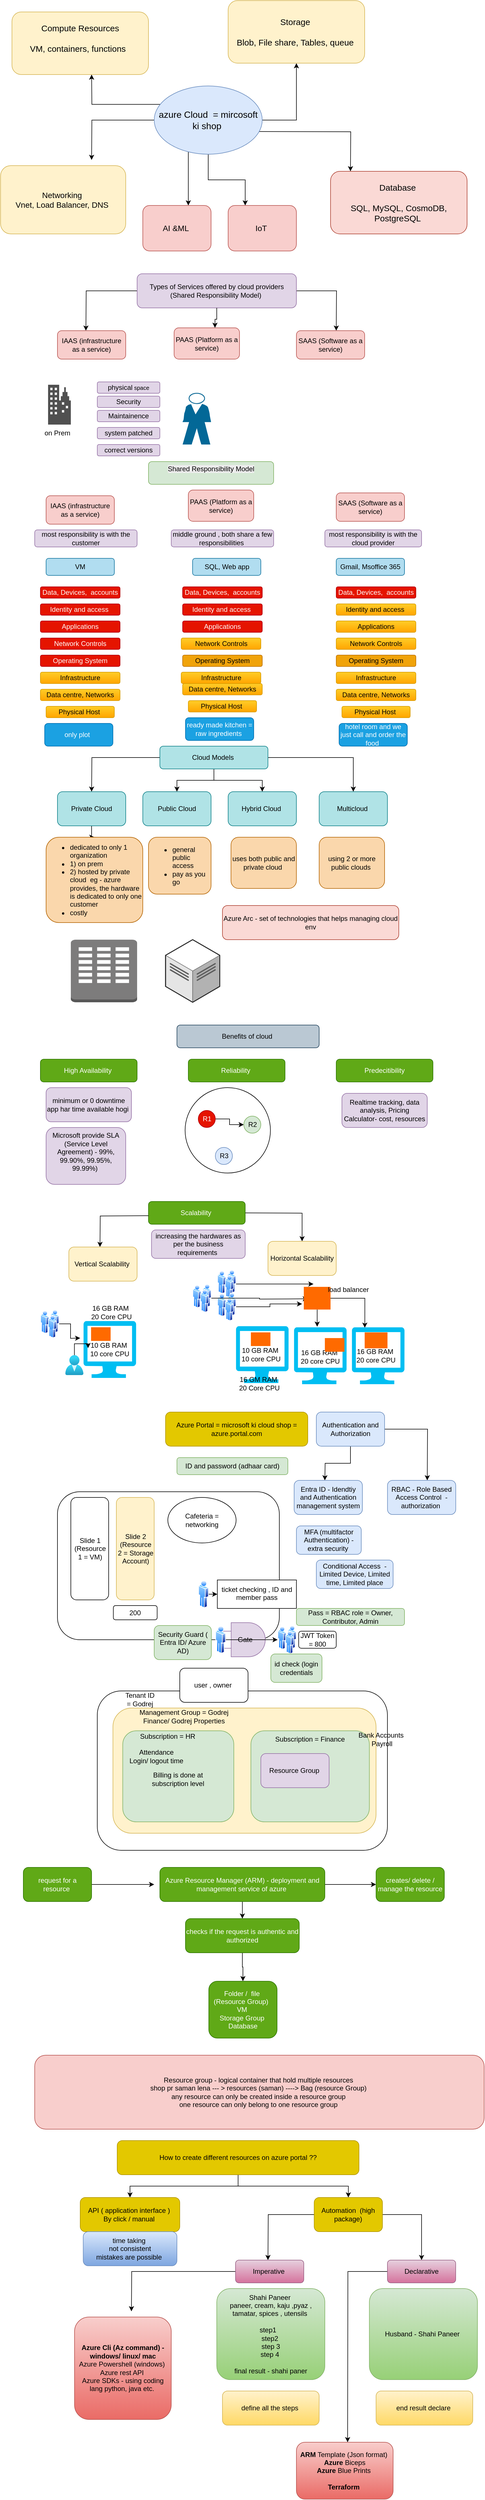
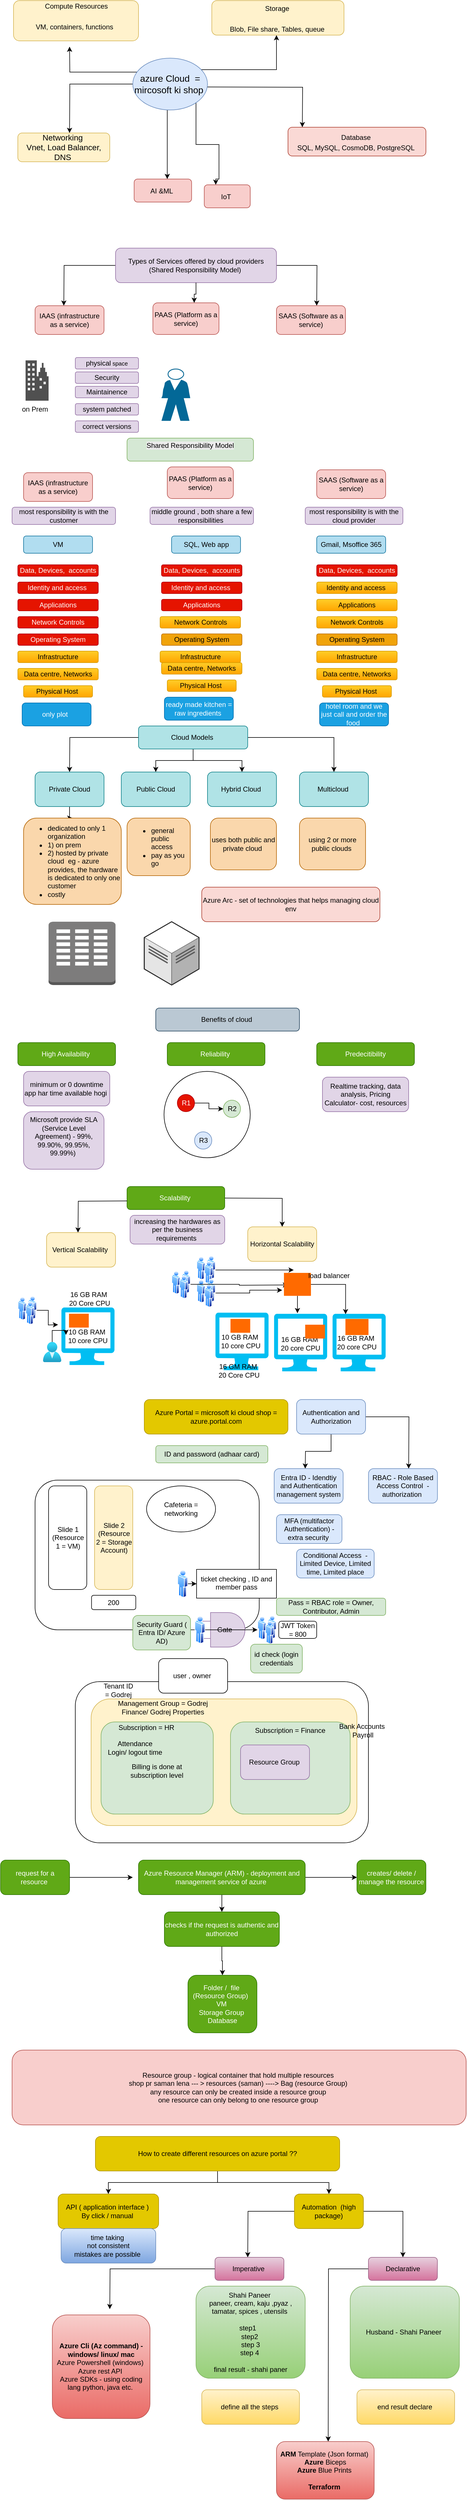
<mxfile host="app.diagrams.net">
  <diagram name="Page-1" id="3FCAWgGivvUF1Nj-s7xG">
    <mxGraphModel dx="824" dy="422" grid="1" gridSize="10" guides="1" tooltips="1" connect="1" arrows="1" fold="1" page="1" pageScale="1" pageWidth="9000000" pageHeight="9011690" math="0" shadow="0">
      <root>
        <mxCell id="0" />
        <mxCell id="1" parent="0" />
        <mxCell id="ik6IsKgd0wWjUEhBft66-3" edge="1" parent="1" source="ik6IsKgd0wWjUEhBft66-2" style="edgeStyle=orthogonalEdgeStyle;rounded=0;orthogonalLoop=1;jettySize=auto;html=1;exitX=0.073;exitY=0.27;exitDx=0;exitDy=0;exitPerimeter=0;">
          <mxGeometry relative="1" as="geometry">
            <mxPoint x="440" y="250" as="sourcePoint" />
            <mxPoint x="290" y="170" as="targetPoint" />
          </mxGeometry>
        </mxCell>
        <mxCell id="ik6IsKgd0wWjUEhBft66-5" edge="1" parent="1" source="ik6IsKgd0wWjUEhBft66-2" style="edgeStyle=orthogonalEdgeStyle;rounded=0;orthogonalLoop=1;jettySize=auto;html=1;">
          <mxGeometry relative="1" as="geometry">
            <mxPoint x="290" y="320" as="targetPoint" />
          </mxGeometry>
        </mxCell>
        <mxCell id="ik6IsKgd0wWjUEhBft66-8" edge="1" parent="1" source="ik6IsKgd0wWjUEhBft66-2" style="edgeStyle=orthogonalEdgeStyle;rounded=0;orthogonalLoop=1;jettySize=auto;html=1;">
          <mxGeometry relative="1" as="geometry">
            <Array as="points">
-               <mxPoint x="650" y="250" />
+               <mxPoint x="650" y="210" />
            </Array>
            <mxPoint x="650" y="150" as="targetPoint" />
          </mxGeometry>
        </mxCell>
        <mxCell id="ik6IsKgd0wWjUEhBft66-12" edge="1" parent="1" style="edgeStyle=orthogonalEdgeStyle;rounded=0;orthogonalLoop=1;jettySize=auto;html=1;">
          <mxGeometry relative="1" as="geometry">
-             <mxPoint x="555" y="270" as="sourcePoint" />
-             <mxPoint x="745" y="340" as="targetPoint" />
+             <mxPoint x="505" y="240" as="sourcePoint" />
+             <mxPoint x="695" y="310" as="targetPoint" />
          </mxGeometry>
        </mxCell>
        <mxCell id="ik6IsKgd0wWjUEhBft66-14" edge="1" parent="1" source="ik6IsKgd0wWjUEhBft66-2" style="edgeStyle=orthogonalEdgeStyle;rounded=0;orthogonalLoop=1;jettySize=auto;html=1;">
          <mxGeometry relative="1" as="geometry">
            <Array as="points">
              <mxPoint x="460" y="400" />
            </Array>
            <mxPoint x="460" y="400" as="targetPoint" />
          </mxGeometry>
        </mxCell>
        <mxCell id="ik6IsKgd0wWjUEhBft66-16" edge="1" parent="1" source="ik6IsKgd0wWjUEhBft66-2" style="edgeStyle=orthogonalEdgeStyle;rounded=0;orthogonalLoop=1;jettySize=auto;html=1;entryX=0.25;entryY=0;entryDx=0;entryDy=0;" target="ik6IsKgd0wWjUEhBft66-17">
          <mxGeometry relative="1" as="geometry">
-             <Array as="points" />
+             <Array as="points">
+               <mxPoint x="510" y="340" />
+               <mxPoint x="550" y="340" />
+               <mxPoint x="550" y="400" />
+               <mxPoint x="544" y="400" />
+             </Array>
            <mxPoint x="560" y="380" as="targetPoint" />
          </mxGeometry>
        </mxCell>
        <mxCell id="ik6IsKgd0wWjUEhBft66-2" parent="1" style="ellipse;whiteSpace=wrap;html=1;fillColor=#dae8fc;strokeColor=#6c8ebf;" value="&lt;font style=&quot;font-size: 16px;&quot;&gt;azure Cloud&amp;nbsp; = mircosoft ki shop&amp;nbsp;&lt;/font&gt;" vertex="1">
-           <mxGeometry height="120" width="190" x="400" y="190" as="geometry" />
-         </mxCell>
-         <mxCell id="ik6IsKgd0wWjUEhBft66-4" parent="1" style="rounded=1;whiteSpace=wrap;html=1;fontSize=15;fillColor=#fff2cc;strokeColor=#d6b656;" value="Compute Resources&lt;div&gt;&lt;br&gt;&lt;/div&gt;&lt;div&gt;VM, containers, functions&amp;nbsp;&amp;nbsp;&lt;div&gt;&lt;br&gt;&lt;/div&gt;&lt;/div&gt;" vertex="1">
-           <mxGeometry height="110" width="240" x="150" y="60" as="geometry" />
+           <mxGeometry height="90" width="130" x="400" y="190" as="geometry" />
+         </mxCell>
+         <mxCell id="ik6IsKgd0wWjUEhBft66-4" parent="1" style="rounded=1;whiteSpace=wrap;html=1;fontSize=15;fillColor=#fff2cc;strokeColor=#d6b656;" value="&lt;font style=&quot;font-size: 12px;&quot;&gt;Compute Resources&lt;/font&gt;&lt;div&gt;&lt;font style=&quot;font-size: 12px;&quot;&gt;&lt;br&gt;&lt;/font&gt;&lt;/div&gt;&lt;div&gt;&lt;font style=&quot;font-size: 12px;&quot;&gt;VM, containers, functions&amp;nbsp;&amp;nbsp;&lt;/font&gt;&lt;div&gt;&lt;br&gt;&lt;/div&gt;&lt;/div&gt;" vertex="1">
+           <mxGeometry height="70" width="217.5" x="192.5" y="90" as="geometry" />
        </mxCell>
        <mxCell id="ik6IsKgd0wWjUEhBft66-6" parent="1" style="rounded=1;whiteSpace=wrap;html=1;fontSize=14;fillColor=#fff2cc;strokeColor=#d6b656;" value="Networking&amp;nbsp;&lt;div&gt;Vnet, Load Balancer, DNS&amp;nbsp;&lt;/div&gt;" vertex="1">
-           <mxGeometry height="120" width="220" x="130" y="330" as="geometry" />
-         </mxCell>
-         <mxCell id="ik6IsKgd0wWjUEhBft66-9" parent="1" style="rounded=1;whiteSpace=wrap;html=1;fontSize=15;fillColor=#fff2cc;strokeColor=#d6b656;" value="&lt;div&gt;&lt;div&gt;Storage&amp;nbsp;&lt;/div&gt;&lt;/div&gt;&lt;div&gt;&lt;br&gt;&lt;/div&gt;&lt;div&gt;Blob, File share, Tables, queue&amp;nbsp;&lt;/div&gt;" vertex="1">
-           <mxGeometry height="110" width="240" x="530" y="40" as="geometry" />
-         </mxCell>
-         <mxCell id="ik6IsKgd0wWjUEhBft66-13" parent="1" style="rounded=1;whiteSpace=wrap;html=1;fontSize=15;fillColor=#fad9d5;strokeColor=#ae4132;" value="&lt;div&gt;&lt;div&gt;Database&amp;nbsp;&lt;/div&gt;&lt;/div&gt;&lt;div&gt;&lt;br&gt;&lt;/div&gt;&lt;div&gt;SQL, MySQL, CosmoDB, PostgreSQL&amp;nbsp;&lt;/div&gt;" vertex="1">
-           <mxGeometry height="110" width="240" x="710" y="340" as="geometry" />
-         </mxCell>
-         <mxCell id="ik6IsKgd0wWjUEhBft66-15" parent="1" style="rounded=1;whiteSpace=wrap;html=1;fontSize=14;fillColor=#f8cecc;strokeColor=#b85450;" value="AI &amp;amp;ML&amp;nbsp;" vertex="1">
-           <mxGeometry height="80" width="120" x="380" y="400" as="geometry" />
-         </mxCell>
-         <mxCell id="ik6IsKgd0wWjUEhBft66-17" parent="1" style="rounded=1;whiteSpace=wrap;html=1;fontSize=14;fillColor=#f8cecc;strokeColor=#b85450;" value="IoT&amp;nbsp;" vertex="1">
-           <mxGeometry height="80" width="120" x="530" y="400" as="geometry" />
+           <mxGeometry height="50" width="160" x="200" y="320" as="geometry" />
+         </mxCell>
+         <mxCell id="ik6IsKgd0wWjUEhBft66-9" parent="1" style="rounded=1;whiteSpace=wrap;html=1;fontSize=15;fillColor=#fff2cc;strokeColor=#d6b656;" value="&lt;div&gt;&lt;div&gt;&lt;font style=&quot;font-size: 12px;&quot;&gt;Storage&amp;nbsp;&lt;/font&gt;&lt;/div&gt;&lt;/div&gt;&lt;div&gt;&lt;font style=&quot;font-size: 12px;&quot;&gt;&lt;br&gt;&lt;/font&gt;&lt;/div&gt;&lt;div&gt;&lt;font style=&quot;font-size: 12px;&quot;&gt;Blob, File share, Tables, queue&amp;nbsp;&lt;/font&gt;&lt;/div&gt;" vertex="1">
+           <mxGeometry height="60" width="230" x="537.5" y="90" as="geometry" />
+         </mxCell>
+         <mxCell id="ik6IsKgd0wWjUEhBft66-13" parent="1" style="rounded=1;whiteSpace=wrap;html=1;fontSize=15;fillColor=#fad9d5;strokeColor=#ae4132;" value="&lt;div&gt;&lt;div&gt;&lt;font style=&quot;font-size: 12px;&quot;&gt;Database&amp;nbsp;&lt;/font&gt;&lt;/div&gt;&lt;/div&gt;&lt;div&gt;&lt;font style=&quot;font-size: 12px;&quot;&gt;SQL, MySQL, CosmoDB, PostgreSQL&amp;nbsp;&lt;/font&gt;&lt;/div&gt;" vertex="1">
+           <mxGeometry height="50" width="240" x="670.05" y="310" as="geometry" />
+         </mxCell>
+         <mxCell id="ik6IsKgd0wWjUEhBft66-15" parent="1" style="rounded=1;whiteSpace=wrap;html=1;fontSize=14;fillColor=#f8cecc;strokeColor=#b85450;" value="&lt;font style=&quot;font-size: 12px;&quot;&gt;AI &amp;amp;ML&amp;nbsp;&lt;/font&gt;" vertex="1">
+           <mxGeometry height="40" width="100" x="402.36" y="400" as="geometry" />
+         </mxCell>
+         <mxCell id="ik6IsKgd0wWjUEhBft66-17" parent="1" style="rounded=1;whiteSpace=wrap;html=1;fontSize=14;fillColor=#f8cecc;strokeColor=#b85450;" value="&lt;font style=&quot;font-size: 12px;&quot;&gt;IoT&amp;nbsp;&lt;/font&gt;" vertex="1">
+           <mxGeometry height="40" width="80" x="524.36" y="410" as="geometry" />
        </mxCell>
        <mxCell id="ik6IsKgd0wWjUEhBft66-19" edge="1" parent="1" source="ik6IsKgd0wWjUEhBft66-18" style="edgeStyle=orthogonalEdgeStyle;rounded=0;orthogonalLoop=1;jettySize=auto;html=1;">
          <mxGeometry relative="1" as="geometry">
            <mxPoint x="280" y="620" as="targetPoint" />
          </mxGeometry>
        </mxCell>
        <mxCell id="ik6IsKgd0wWjUEhBft66-25" edge="1" parent="1" source="ik6IsKgd0wWjUEhBft66-18" style="edgeStyle=orthogonalEdgeStyle;rounded=0;orthogonalLoop=1;jettySize=auto;html=1;">
          <mxGeometry relative="1" as="geometry">
            <mxPoint x="720" y="620" as="targetPoint" />
          </mxGeometry>
        </mxCell>
        <mxCell id="ik6IsKgd0wWjUEhBft66-18" parent="1" style="rounded=1;whiteSpace=wrap;html=1;fillColor=#e1d5e7;strokeColor=#9673a6;" value="Types of Services offered by cloud providers (Shared Responsibility Model)&amp;nbsp;" vertex="1">
          <mxGeometry height="60" width="280" x="370" y="520" as="geometry" />
        </mxCell>
        <mxCell id="ik6IsKgd0wWjUEhBft66-20" parent="1" style="rounded=1;whiteSpace=wrap;html=1;fillColor=#f8cecc;strokeColor=#b85450;" value="IAAS (infrastructure as a service)" vertex="1">
          <mxGeometry height="50" width="120" x="230" y="620" as="geometry" />
        </mxCell>
        <mxCell id="ik6IsKgd0wWjUEhBft66-21" parent="1" style="rounded=1;whiteSpace=wrap;html=1;fillColor=#f8cecc;strokeColor=#b85450;" value="PAAS (Platform as a service)" vertex="1">
          <mxGeometry height="55" width="115" x="435" y="615" as="geometry" />
        </mxCell>
        <mxCell id="ik6IsKgd0wWjUEhBft66-22" edge="1" parent="1" source="ik6IsKgd0wWjUEhBft66-18" style="edgeStyle=orthogonalEdgeStyle;rounded=0;orthogonalLoop=1;jettySize=auto;html=1;entryX=0.625;entryY=0;entryDx=0;entryDy=0;entryPerimeter=0;" target="ik6IsKgd0wWjUEhBft66-21">
          <mxGeometry relative="1" as="geometry" />
        </mxCell>
        <mxCell id="ik6IsKgd0wWjUEhBft66-24" parent="1" style="rounded=1;whiteSpace=wrap;html=1;fillColor=#f8cecc;strokeColor=#b85450;" value="SAAS (Software as a service)" vertex="1">
          <mxGeometry height="50" width="120" x="650" y="620" as="geometry" />
        </mxCell>
        <mxCell id="ik6IsKgd0wWjUEhBft66-26" parent="1" style="sketch=0;pointerEvents=1;shadow=0;dashed=0;html=1;strokeColor=none;fillColor=#505050;labelPosition=center;verticalLabelPosition=bottom;verticalAlign=top;outlineConnect=0;align=center;shape=mxgraph.office.concepts.on_premises;" value="" vertex="1">
          <mxGeometry height="70" width="40" x="213.5" y="715" as="geometry" />
        </mxCell>
        <mxCell id="ik6IsKgd0wWjUEhBft66-27" parent="1" style="rounded=1;whiteSpace=wrap;html=1;fillColor=#e1d5e7;strokeColor=#9673a6;" value="physical&lt;font size=&quot;1&quot;&gt;&amp;nbsp;space&lt;/font&gt;" vertex="1">
          <mxGeometry height="20" width="110" x="300" y="710" as="geometry" />
        </mxCell>
        <mxCell id="ik6IsKgd0wWjUEhBft66-28" parent="1" style="rounded=1;whiteSpace=wrap;html=1;fillColor=#e1d5e7;strokeColor=#9673a6;" value="Security" vertex="1">
          <mxGeometry height="20" width="110" x="300" y="735" as="geometry" />
        </mxCell>
        <mxCell id="ik6IsKgd0wWjUEhBft66-29" parent="1" style="rounded=1;whiteSpace=wrap;html=1;fillColor=#e1d5e7;strokeColor=#9673a6;" value="Maintainence" vertex="1">
          <mxGeometry height="20" width="110" x="300" y="760" as="geometry" />
        </mxCell>
        <mxCell id="ik6IsKgd0wWjUEhBft66-30" parent="1" style="rounded=1;whiteSpace=wrap;html=1;fillColor=#e1d5e7;strokeColor=#9673a6;" value="system patched" vertex="1">
          <mxGeometry height="20" width="110" x="300" y="790" as="geometry" />
        </mxCell>
        <mxCell id="ik6IsKgd0wWjUEhBft66-31" parent="1" style="rounded=1;whiteSpace=wrap;html=1;fillColor=#e1d5e7;strokeColor=#9673a6;" value="correct versions" vertex="1">
          <mxGeometry height="20" width="110" x="300" y="820" as="geometry" />
        </mxCell>
        <mxCell id="ik6IsKgd0wWjUEhBft66-32" parent="1" style="text;html=1;whiteSpace=wrap;strokeColor=none;fillColor=none;align=center;verticalAlign=middle;rounded=0;" value="on Prem" vertex="1">
          <mxGeometry height="30" width="60" x="200" y="785" as="geometry" />
        </mxCell>
        <mxCell id="ik6IsKgd0wWjUEhBft66-33" parent="1" style="shape=mxgraph.cisco.people.standing_man;html=1;pointerEvents=1;dashed=0;fillColor=#036897;strokeColor=#ffffff;strokeWidth=2;verticalLabelPosition=bottom;verticalAlign=top;align=center;outlineConnect=0;" value="" vertex="1">
          <mxGeometry height="90" width="50" x="450" y="730" as="geometry" />
        </mxCell>
        <mxCell id="ik6IsKgd0wWjUEhBft66-34" parent="1" style="rounded=1;whiteSpace=wrap;html=1;fillColor=#d5e8d4;strokeColor=#82b366;verticalAlign=middle;" value="&#xa;&lt;span style=&quot;color: rgb(0, 0, 0); font-family: Helvetica; font-size: 12px; font-style: normal; font-variant-ligatures: normal; font-variant-caps: normal; font-weight: 400; letter-spacing: normal; orphans: 2; text-align: center; text-indent: 0px; text-transform: none; widows: 2; word-spacing: 0px; -webkit-text-stroke-width: 0px; white-space: normal; background-color: rgb(236, 236, 236); text-decoration-thickness: initial; text-decoration-style: initial; text-decoration-color: initial; display: inline !important; float: none;&quot;&gt;Shared Responsibility Model&lt;/span&gt;&#xa;&#xa;" vertex="1">
          <mxGeometry height="40" width="220" x="390" y="850" as="geometry" />
        </mxCell>
        <mxCell id="ik6IsKgd0wWjUEhBft66-35" parent="1" style="rounded=1;whiteSpace=wrap;html=1;fillColor=#f8cecc;strokeColor=#b85450;" value="IAAS (infrastructure as a service)" vertex="1">
          <mxGeometry height="50" width="120" x="210" y="910" as="geometry" />
        </mxCell>
        <mxCell id="ik6IsKgd0wWjUEhBft66-36" parent="1" style="rounded=1;whiteSpace=wrap;html=1;fillColor=#e1d5e7;strokeColor=#9673a6;" value="most responsibility is with the customer" vertex="1">
          <mxGeometry height="30" width="180" x="190" y="970" as="geometry" />
        </mxCell>
        <mxCell id="ik6IsKgd0wWjUEhBft66-37" parent="1" style="rounded=1;whiteSpace=wrap;html=1;fillColor=#f8cecc;strokeColor=#b85450;" value="PAAS (Platform as a service)" vertex="1">
          <mxGeometry height="55" width="115" x="460" y="900" as="geometry" />
        </mxCell>
        <mxCell id="ik6IsKgd0wWjUEhBft66-38" parent="1" style="rounded=1;whiteSpace=wrap;html=1;fillColor=#f8cecc;strokeColor=#b85450;" value="SAAS (Software as a service)" vertex="1">
          <mxGeometry height="50" width="120" x="720" y="905" as="geometry" />
        </mxCell>
        <mxCell id="ik6IsKgd0wWjUEhBft66-39" parent="1" style="rounded=1;whiteSpace=wrap;html=1;fillColor=#e1d5e7;strokeColor=#9673a6;" value="most responsibility is with the cloud provider" vertex="1">
          <mxGeometry height="30" width="170" x="700" y="970" as="geometry" />
        </mxCell>
        <mxCell id="ik6IsKgd0wWjUEhBft66-40" parent="1" style="rounded=1;whiteSpace=wrap;html=1;fillColor=#e1d5e7;strokeColor=#9673a6;" value="middle ground , both share a few responsibilities&amp;nbsp;" vertex="1">
          <mxGeometry height="30" width="180" x="430" y="970" as="geometry" />
        </mxCell>
        <mxCell id="ik6IsKgd0wWjUEhBft66-41" parent="1" style="rounded=1;whiteSpace=wrap;html=1;fillColor=#ffcd28;strokeColor=#d79b00;gradientColor=#ffa500;" value="Physical Host&amp;nbsp;" vertex="1">
          <mxGeometry height="20" width="120" x="210" y="1280" as="geometry" />
        </mxCell>
        <mxCell id="ik6IsKgd0wWjUEhBft66-42" parent="1" style="rounded=1;whiteSpace=wrap;html=1;fillColor=#ffcd28;gradientColor=#ffa500;strokeColor=#d79b00;" value="Data centre, Networks" vertex="1">
          <mxGeometry height="20" width="140" x="200" y="1250" as="geometry" />
        </mxCell>
        <mxCell id="ik6IsKgd0wWjUEhBft66-43" parent="1" style="rounded=1;whiteSpace=wrap;html=1;fillColor=#ffcd28;gradientColor=#ffa500;strokeColor=#d79b00;" value="Infrastructure" vertex="1">
          <mxGeometry height="20" width="140" x="200" y="1220" as="geometry" />
        </mxCell>
        <mxCell id="ik6IsKgd0wWjUEhBft66-44" parent="1" style="rounded=1;whiteSpace=wrap;html=1;fillColor=#e51400;fontColor=#ffffff;strokeColor=#B20000;" value="Operating System" vertex="1">
          <mxGeometry height="20" width="140" x="200" y="1190" as="geometry" />
        </mxCell>
        <mxCell id="ik6IsKgd0wWjUEhBft66-45" parent="1" style="rounded=1;whiteSpace=wrap;html=1;fillColor=#e51400;fontColor=#ffffff;strokeColor=#B20000;" value="Network Controls" vertex="1">
          <mxGeometry height="20" width="140" x="200" y="1160" as="geometry" />
        </mxCell>
        <mxCell id="ik6IsKgd0wWjUEhBft66-46" parent="1" style="rounded=1;whiteSpace=wrap;html=1;fillColor=#e51400;fontColor=#ffffff;strokeColor=#B20000;" value="Applications" vertex="1">
          <mxGeometry height="20" width="140" x="200" y="1130" as="geometry" />
        </mxCell>
        <mxCell id="ik6IsKgd0wWjUEhBft66-47" parent="1" style="rounded=1;whiteSpace=wrap;html=1;fillColor=#e51400;fontColor=#ffffff;strokeColor=#B20000;" value="Identity and access&amp;nbsp;" vertex="1">
          <mxGeometry height="20" width="140" x="200" y="1100" as="geometry" />
        </mxCell>
        <mxCell id="ik6IsKgd0wWjUEhBft66-48" parent="1" style="rounded=1;whiteSpace=wrap;html=1;fillColor=#e51400;fontColor=#ffffff;strokeColor=#B20000;" value="Data, Devices,&amp;nbsp; accounts" vertex="1">
          <mxGeometry height="20" width="140" x="200" y="1070" as="geometry" />
        </mxCell>
        <mxCell id="ik6IsKgd0wWjUEhBft66-49" parent="1" style="rounded=1;whiteSpace=wrap;html=1;fillColor=#ffcd28;strokeColor=#d79b00;gradientColor=#ffa500;" value="Physical Host&amp;nbsp;" vertex="1">
          <mxGeometry height="20" width="120" x="460" y="1270" as="geometry" />
        </mxCell>
        <mxCell id="ik6IsKgd0wWjUEhBft66-50" parent="1" style="rounded=1;whiteSpace=wrap;html=1;fillColor=#ffcd28;gradientColor=#ffa500;strokeColor=#d79b00;" value="Data centre, Networks" vertex="1">
          <mxGeometry height="20" width="140" x="450" y="1240" as="geometry" />
        </mxCell>
        <mxCell id="ik6IsKgd0wWjUEhBft66-52" parent="1" style="rounded=1;whiteSpace=wrap;html=1;fillColor=#f0a30a;fontColor=#000000;strokeColor=#BD7000;" value="Operating System" vertex="1">
          <mxGeometry height="20" width="140" x="450" y="1190" as="geometry" />
        </mxCell>
        <mxCell id="ik6IsKgd0wWjUEhBft66-53" parent="1" style="rounded=1;whiteSpace=wrap;html=1;fillColor=#ffcd28;strokeColor=#d79b00;gradientColor=#ffa500;" value="Network Controls" vertex="1">
          <mxGeometry height="20" width="140" x="447.5" y="1160" as="geometry" />
        </mxCell>
        <mxCell id="ik6IsKgd0wWjUEhBft66-54" parent="1" style="rounded=1;whiteSpace=wrap;html=1;fillColor=#e51400;fontColor=#ffffff;strokeColor=#B20000;" value="Applications" vertex="1">
          <mxGeometry height="20" width="140" x="450" y="1130" as="geometry" />
        </mxCell>
        <mxCell id="ik6IsKgd0wWjUEhBft66-55" parent="1" style="rounded=1;whiteSpace=wrap;html=1;fillColor=#e51400;fontColor=#ffffff;strokeColor=#B20000;" value="Identity and access&amp;nbsp;" vertex="1">
          <mxGeometry height="20" width="140" x="450" y="1100" as="geometry" />
        </mxCell>
        <mxCell id="ik6IsKgd0wWjUEhBft66-56" parent="1" style="rounded=1;whiteSpace=wrap;html=1;fillColor=#e51400;fontColor=#ffffff;strokeColor=#B20000;" value="Data, Devices,&amp;nbsp; accounts" vertex="1">
          <mxGeometry height="20" width="140" x="450" y="1070" as="geometry" />
        </mxCell>
        <mxCell id="ik6IsKgd0wWjUEhBft66-57" parent="1" style="rounded=1;whiteSpace=wrap;html=1;fillColor=#ffcd28;strokeColor=#d79b00;gradientColor=#ffa500;" value="Physical Host&amp;nbsp;" vertex="1">
          <mxGeometry height="20" width="120" x="730" y="1280" as="geometry" />
        </mxCell>
        <mxCell id="ik6IsKgd0wWjUEhBft66-58" parent="1" style="rounded=1;whiteSpace=wrap;html=1;fillColor=#ffcd28;gradientColor=#ffa500;strokeColor=#d79b00;" value="Data centre, Networks" vertex="1">
          <mxGeometry height="20" width="140" x="720" y="1250" as="geometry" />
        </mxCell>
        <mxCell id="ik6IsKgd0wWjUEhBft66-59" parent="1" style="rounded=1;whiteSpace=wrap;html=1;fillColor=#ffcd28;gradientColor=#ffa500;strokeColor=#d79b00;" value="Infrastructure" vertex="1">
          <mxGeometry height="20" width="140" x="447.5" y="1220" as="geometry" />
        </mxCell>
        <mxCell id="ik6IsKgd0wWjUEhBft66-60" parent="1" style="rounded=1;whiteSpace=wrap;html=1;fillColor=#ffcd28;gradientColor=#ffa500;strokeColor=#d79b00;" value="Infrastructure" vertex="1">
          <mxGeometry height="20" width="140" x="720" y="1220" as="geometry" />
        </mxCell>
        <mxCell id="ik6IsKgd0wWjUEhBft66-61" parent="1" style="rounded=1;whiteSpace=wrap;html=1;fillColor=#f0a30a;fontColor=#000000;strokeColor=#BD7000;" value="Operating System" vertex="1">
          <mxGeometry height="20" width="140" x="720" y="1190" as="geometry" />
        </mxCell>
        <mxCell id="ik6IsKgd0wWjUEhBft66-62" parent="1" style="rounded=1;whiteSpace=wrap;html=1;fillColor=#ffcd28;strokeColor=#d79b00;gradientColor=#ffa500;" value="Network Controls" vertex="1">
          <mxGeometry height="20" width="140" x="720" y="1160" as="geometry" />
        </mxCell>
        <mxCell id="ik6IsKgd0wWjUEhBft66-63" parent="1" style="rounded=1;whiteSpace=wrap;html=1;fillColor=#ffcd28;strokeColor=#d79b00;gradientColor=#ffa500;" value="Applications" vertex="1">
          <mxGeometry height="20" width="140" x="720" y="1130" as="geometry" />
        </mxCell>
        <mxCell id="ik6IsKgd0wWjUEhBft66-64" parent="1" style="rounded=1;whiteSpace=wrap;html=1;fillColor=#ffcd28;strokeColor=#d79b00;gradientColor=#ffa500;" value="Identity and access&amp;nbsp;" vertex="1">
          <mxGeometry height="20" width="140" x="720" y="1100" as="geometry" />
        </mxCell>
        <mxCell id="ik6IsKgd0wWjUEhBft66-65" parent="1" style="rounded=1;whiteSpace=wrap;html=1;fillColor=#e51400;fontColor=#ffffff;strokeColor=#B20000;" value="Data, Devices,&amp;nbsp; accounts" vertex="1">
          <mxGeometry height="20" width="140" x="720" y="1070" as="geometry" />
        </mxCell>
        <mxCell id="ik6IsKgd0wWjUEhBft66-66" parent="1" style="rounded=1;whiteSpace=wrap;html=1;fillColor=#b1ddf0;strokeColor=#10739e;" value="VM" vertex="1">
          <mxGeometry height="30" width="120" x="210" y="1020" as="geometry" />
        </mxCell>
        <mxCell id="ik6IsKgd0wWjUEhBft66-67" parent="1" style="rounded=1;whiteSpace=wrap;html=1;fillColor=#b1ddf0;strokeColor=#10739e;" value="SQL, Web app" vertex="1">
          <mxGeometry height="30" width="120" x="467.5" y="1020" as="geometry" />
        </mxCell>
        <mxCell id="ik6IsKgd0wWjUEhBft66-68" parent="1" style="rounded=1;whiteSpace=wrap;html=1;fillColor=#b1ddf0;strokeColor=#10739e;" value="Gmail, Msoffice 365" vertex="1">
          <mxGeometry height="30" width="120" x="720" y="1020" as="geometry" />
        </mxCell>
        <mxCell id="ik6IsKgd0wWjUEhBft66-70" edge="1" parent="1" source="ik6IsKgd0wWjUEhBft66-69" style="edgeStyle=orthogonalEdgeStyle;rounded=0;orthogonalLoop=1;jettySize=auto;html=1;">
          <mxGeometry relative="1" as="geometry">
            <mxPoint x="290" y="1430" as="targetPoint" />
          </mxGeometry>
        </mxCell>
        <mxCell id="ik6IsKgd0wWjUEhBft66-75" edge="1" parent="1" source="ik6IsKgd0wWjUEhBft66-69" style="edgeStyle=orthogonalEdgeStyle;rounded=0;orthogonalLoop=1;jettySize=auto;html=1;" target="ik6IsKgd0wWjUEhBft66-74" value="">
          <mxGeometry relative="1" as="geometry" />
        </mxCell>
        <mxCell id="ik6IsKgd0wWjUEhBft66-77" edge="1" parent="1" source="ik6IsKgd0wWjUEhBft66-69" style="edgeStyle=orthogonalEdgeStyle;rounded=0;orthogonalLoop=1;jettySize=auto;html=1;" target="ik6IsKgd0wWjUEhBft66-76" value="">
          <mxGeometry relative="1" as="geometry" />
        </mxCell>
        <mxCell id="ik6IsKgd0wWjUEhBft66-79" edge="1" parent="1" source="ik6IsKgd0wWjUEhBft66-69" style="edgeStyle=orthogonalEdgeStyle;rounded=0;orthogonalLoop=1;jettySize=auto;html=1;" target="ik6IsKgd0wWjUEhBft66-78" value="">
          <mxGeometry relative="1" as="geometry" />
        </mxCell>
        <mxCell id="ik6IsKgd0wWjUEhBft66-69" parent="1" style="rounded=1;whiteSpace=wrap;html=1;fillColor=#b0e3e6;strokeColor=#0e8088;" value="Cloud Models&amp;nbsp;" vertex="1">
          <mxGeometry height="40" width="190" x="410" y="1350" as="geometry" />
        </mxCell>
        <mxCell id="ik6IsKgd0wWjUEhBft66-81" edge="1" parent="1" source="ik6IsKgd0wWjUEhBft66-71" style="edgeStyle=orthogonalEdgeStyle;rounded=0;orthogonalLoop=1;jettySize=auto;html=1;" target="ik6IsKgd0wWjUEhBft66-80" value="">
          <mxGeometry relative="1" as="geometry" />
        </mxCell>
        <mxCell id="ik6IsKgd0wWjUEhBft66-71" parent="1" style="rounded=1;whiteSpace=wrap;html=1;fillColor=#b0e3e6;strokeColor=#0e8088;" value="Private Cloud" vertex="1">
          <mxGeometry height="60" width="120" x="230" y="1430" as="geometry" />
        </mxCell>
        <mxCell id="ik6IsKgd0wWjUEhBft66-74" parent="1" style="whiteSpace=wrap;html=1;rounded=1;fillColor=#b0e3e6;strokeColor=#0e8088;" value="Public Cloud" vertex="1">
          <mxGeometry height="60" width="120" x="380" y="1430" as="geometry" />
        </mxCell>
        <mxCell id="ik6IsKgd0wWjUEhBft66-76" parent="1" style="whiteSpace=wrap;html=1;rounded=1;fillColor=#b0e3e6;strokeColor=#0e8088;" value="Hybrid Cloud&amp;nbsp;" vertex="1">
          <mxGeometry height="60" width="120" x="530" y="1430" as="geometry" />
        </mxCell>
        <mxCell id="ik6IsKgd0wWjUEhBft66-78" parent="1" style="whiteSpace=wrap;html=1;rounded=1;fillColor=#b0e3e6;strokeColor=#0e8088;" value="Multicloud&amp;nbsp;" vertex="1">
          <mxGeometry height="60" width="120" x="690" y="1430" as="geometry" />
        </mxCell>
        <mxCell id="ik6IsKgd0wWjUEhBft66-80" parent="1" style="whiteSpace=wrap;html=1;rounded=1;align=left;fillColor=#fad7ac;strokeColor=#b46504;" value="&lt;ul&gt;&lt;li&gt;dedicated to only 1 organization&amp;nbsp;&lt;/li&gt;&lt;li&gt;1) on prem&lt;/li&gt;&lt;li&gt;2) hosted by private cloud&amp;nbsp; eg - azure provides, the hardware is dedicated to only one customer&lt;/li&gt;&lt;li&gt;costly&amp;nbsp;&amp;nbsp;&lt;/li&gt;&lt;/ul&gt;" vertex="1">
          <mxGeometry height="150" width="170" x="210" y="1510" as="geometry" />
        </mxCell>
        <mxCell id="ik6IsKgd0wWjUEhBft66-82" parent="1" style="outlineConnect=0;dashed=0;verticalLabelPosition=bottom;verticalAlign=top;align=center;html=1;shape=mxgraph.aws3.corporate_data_center;fillColor=#7D7C7C;gradientColor=none;" value="" vertex="1">
          <mxGeometry height="110" width="116.5" x="253.5" y="1690" as="geometry" />
        </mxCell>
        <mxCell id="ik6IsKgd0wWjUEhBft66-83" parent="1" style="verticalLabelPosition=bottom;html=1;verticalAlign=top;strokeWidth=1;align=center;outlineConnect=0;dashed=0;outlineConnect=0;shape=mxgraph.aws3d.dataCenter;strokeColor=#5E5E5E;aspect=fixed;strokeColor2=#292929;" value="" vertex="1">
          <mxGeometry height="110" width="95.28" x="420" y="1690" as="geometry" />
        </mxCell>
        <mxCell id="ik6IsKgd0wWjUEhBft66-84" parent="1" style="whiteSpace=wrap;html=1;rounded=1;align=left;fillColor=#fad7ac;strokeColor=#b46504;" value="&lt;ul&gt;&lt;li&gt;general public access&amp;nbsp;&lt;/li&gt;&lt;li&gt;pay as you go&amp;nbsp;&lt;/li&gt;&lt;/ul&gt;" vertex="1">
          <mxGeometry height="100" width="110" x="390" y="1510" as="geometry" />
        </mxCell>
        <mxCell id="ik6IsKgd0wWjUEhBft66-85" parent="1" style="whiteSpace=wrap;html=1;rounded=1;align=center;fillColor=#fad7ac;strokeColor=#b46504;" value="&lt;span style=&quot;background-color: transparent; color: light-dark(rgb(0, 0, 0), rgb(255, 255, 255));&quot;&gt;uses both public and private cloud&amp;nbsp;&lt;/span&gt;" vertex="1">
          <mxGeometry height="90" width="115" x="535" y="1510" as="geometry" />
        </mxCell>
        <mxCell id="ik6IsKgd0wWjUEhBft66-86" parent="1" style="whiteSpace=wrap;html=1;rounded=1;align=center;fillColor=#fad7ac;strokeColor=#b46504;" value="using 2 or more public clouds&amp;nbsp;" vertex="1">
          <mxGeometry height="90" width="115" x="690" y="1510" as="geometry" />
        </mxCell>
        <mxCell id="ik6IsKgd0wWjUEhBft66-87" parent="1" style="rounded=1;whiteSpace=wrap;html=1;fillColor=#fad9d5;strokeColor=#ae4132;" value="Azure Arc - set of technologies that helps managing cloud env" vertex="1">
          <mxGeometry height="60" width="310" x="520" y="1630" as="geometry" />
        </mxCell>
        <mxCell id="ik6IsKgd0wWjUEhBft66-88" parent="1" style="rounded=1;whiteSpace=wrap;html=1;fillColor=#bac8d3;strokeColor=#23445d;" value="Benefits of cloud&amp;nbsp;" vertex="1">
          <mxGeometry height="40" width="250" x="440" y="1840" as="geometry" />
        </mxCell>
        <mxCell id="MNFPe3E4O46FSrIpNTyM-1" parent="1" style="rounded=1;whiteSpace=wrap;html=1;fillColor=#60a917;fontColor=#ffffff;strokeColor=#2D7600;" value="High Availability&amp;nbsp;" vertex="1">
          <mxGeometry height="40" width="170" x="200" y="1900" as="geometry" />
        </mxCell>
        <mxCell id="MNFPe3E4O46FSrIpNTyM-2" parent="1" style="rounded=1;whiteSpace=wrap;html=1;fillColor=#e1d5e7;strokeColor=#9673a6;" value="minimum or 0 downtime&lt;br&gt;app har time available hogi&amp;nbsp;" vertex="1">
          <mxGeometry height="60" width="150" x="210" y="1950" as="geometry" />
        </mxCell>
        <mxCell id="MNFPe3E4O46FSrIpNTyM-3" parent="1" style="rounded=1;whiteSpace=wrap;html=1;fillColor=#e1d5e7;strokeColor=#9673a6;" value="Microsoft provide SLA (Service Level Agreement) - 99%, 99.90%, 99.95%, 99.99%)&amp;nbsp;&lt;div&gt;&lt;br&gt;&lt;/div&gt;" vertex="1">
          <mxGeometry height="100" width="140" x="210" y="2020" as="geometry" />
        </mxCell>
        <mxCell id="MNFPe3E4O46FSrIpNTyM-10" edge="1" parent="1" style="edgeStyle=orthogonalEdgeStyle;rounded=0;orthogonalLoop=1;jettySize=auto;html=1;" target="MNFPe3E4O46FSrIpNTyM-9" value="">
          <mxGeometry relative="1" as="geometry">
            <mxPoint x="545" y="2170" as="sourcePoint" />
          </mxGeometry>
        </mxCell>
        <mxCell id="MNFPe3E4O46FSrIpNTyM-4" parent="1" style="rounded=1;whiteSpace=wrap;html=1;fillColor=#60a917;fontColor=#ffffff;strokeColor=#2D7600;" value="Scalability&amp;nbsp;" vertex="1">
          <mxGeometry height="40" width="170" x="390" y="2150" as="geometry" />
        </mxCell>
        <mxCell id="MNFPe3E4O46FSrIpNTyM-8" edge="1" parent="1" style="edgeStyle=orthogonalEdgeStyle;rounded=0;orthogonalLoop=1;jettySize=auto;html=1;" value="">
          <mxGeometry relative="1" as="geometry">
            <mxPoint x="389.9999999999999" y="2175" as="sourcePoint" />
            <mxPoint x="304.72" y="2230" as="targetPoint" />
          </mxGeometry>
        </mxCell>
        <mxCell id="MNFPe3E4O46FSrIpNTyM-6" parent="1" style="rounded=1;whiteSpace=wrap;html=1;fillColor=#e1d5e7;strokeColor=#9673a6;" value="increasing the hardwares as per the business requirements&amp;nbsp;" vertex="1">
          <mxGeometry height="50" width="164.72" x="395.28" y="2200" as="geometry" />
        </mxCell>
        <mxCell id="MNFPe3E4O46FSrIpNTyM-7" parent="1" style="whiteSpace=wrap;html=1;rounded=1;fillColor=#fff2cc;strokeColor=#d6b656;" value="Vertical Scalability&amp;nbsp;" vertex="1">
          <mxGeometry height="60" width="120" x="250" y="2230" as="geometry" />
        </mxCell>
        <mxCell id="MNFPe3E4O46FSrIpNTyM-9" parent="1" style="whiteSpace=wrap;html=1;fillColor=#fff2cc;strokeColor=#d6b656;rounded=1;" value="Horizontal Scalability" vertex="1">
          <mxGeometry height="60" width="120" x="600" y="2220" as="geometry" />
        </mxCell>
        <mxCell id="MNFPe3E4O46FSrIpNTyM-11" parent="1" style="verticalLabelPosition=bottom;html=1;verticalAlign=top;align=center;strokeColor=none;fillColor=#00BEF2;shape=mxgraph.azure.computer;pointerEvents=1;" value="" vertex="1">
          <mxGeometry height="100" width="92.5" x="275.75" y="2360" as="geometry" />
        </mxCell>
        <mxCell id="MNFPe3E4O46FSrIpNTyM-12" parent="1" style="text;html=1;whiteSpace=wrap;strokeColor=none;fillColor=none;align=center;verticalAlign=middle;rounded=0;" value="10 GB RAM&amp;nbsp;&lt;div&gt;10 core CPU&lt;/div&gt;" vertex="1">
          <mxGeometry height="30" width="76" x="284" y="2395" as="geometry" />
        </mxCell>
        <mxCell id="MNFPe3E4O46FSrIpNTyM-13" parent="1" style="points=[];aspect=fixed;html=1;align=center;shadow=0;dashed=0;fillColor=#FF6A00;strokeColor=none;shape=mxgraph.alibaba_cloud.amscloudapp;" value="" vertex="1">
          <mxGeometry height="24" width="34.36" x="289.07" y="2371" as="geometry" />
        </mxCell>
        <mxCell id="MNFPe3E4O46FSrIpNTyM-14" parent="1" style="image;aspect=fixed;html=1;points=[];align=center;fontSize=12;image=img/lib/azure2/identity/Users.svg;" value="" vertex="1">
          <mxGeometry height="35" width="32" x="243.75" y="2420" as="geometry" />
        </mxCell>
        <mxCell id="MNFPe3E4O46FSrIpNTyM-16" edge="1" parent="1" source="MNFPe3E4O46FSrIpNTyM-15" style="edgeStyle=orthogonalEdgeStyle;rounded=0;orthogonalLoop=1;jettySize=auto;html=1;">
          <mxGeometry relative="1" as="geometry">
            <mxPoint x="270" y="2390" as="targetPoint" />
          </mxGeometry>
        </mxCell>
        <mxCell id="MNFPe3E4O46FSrIpNTyM-15" parent="1" style="image;aspect=fixed;perimeter=ellipsePerimeter;html=1;align=center;shadow=0;dashed=0;spacingTop=3;image=img/lib/active_directory/users.svg;" value="" vertex="1">
          <mxGeometry height="50" width="33" x="200" y="2340" as="geometry" />
        </mxCell>
        <mxCell id="MNFPe3E4O46FSrIpNTyM-17" parent="1" style="text;html=1;whiteSpace=wrap;strokeColor=none;fillColor=none;align=center;verticalAlign=middle;rounded=0;" value="16 GB RAM&amp;nbsp;&lt;div&gt;20 Core CPU&lt;/div&gt;" vertex="1">
          <mxGeometry height="30" width="110" x="270" y="2330" as="geometry" />
        </mxCell>
        <mxCell id="MNFPe3E4O46FSrIpNTyM-18" parent="1" style="verticalLabelPosition=bottom;html=1;verticalAlign=top;align=center;strokeColor=none;fillColor=#00BEF2;shape=mxgraph.azure.computer;pointerEvents=1;" value="" vertex="1">
          <mxGeometry height="100" width="92.5" x="543.75" y="2369" as="geometry" />
        </mxCell>
        <mxCell id="MNFPe3E4O46FSrIpNTyM-19" parent="1" style="text;html=1;whiteSpace=wrap;strokeColor=none;fillColor=none;align=center;verticalAlign=middle;rounded=0;" value="10 GB RAM&amp;nbsp;&lt;div&gt;10 core CPU&lt;/div&gt;" vertex="1">
          <mxGeometry height="30" width="76" x="550" y="2404" as="geometry" />
        </mxCell>
        <mxCell id="MNFPe3E4O46FSrIpNTyM-20" parent="1" style="text;html=1;whiteSpace=wrap;strokeColor=none;fillColor=none;align=center;verticalAlign=middle;rounded=0;" value="16 GM RAM&amp;nbsp;&lt;div&gt;20 Core CPU&lt;/div&gt;" vertex="1">
          <mxGeometry height="30" width="110" x="530" y="2455" as="geometry" />
        </mxCell>
        <mxCell id="MNFPe3E4O46FSrIpNTyM-21" parent="1" style="image;aspect=fixed;perimeter=ellipsePerimeter;html=1;align=center;shadow=0;dashed=0;spacingTop=3;image=img/lib/active_directory/users.svg;" value="" vertex="1">
          <mxGeometry height="50" width="33" x="511" y="2270" as="geometry" />
        </mxCell>
        <mxCell id="MNFPe3E4O46FSrIpNTyM-22" edge="1" parent="1" source="MNFPe3E4O46FSrIpNTyM-21" style="edgeStyle=orthogonalEdgeStyle;rounded=0;orthogonalLoop=1;jettySize=auto;html=1;">
          <mxGeometry relative="1" as="geometry">
            <mxPoint x="680" y="2295" as="targetPoint" />
          </mxGeometry>
        </mxCell>
        <mxCell id="MNFPe3E4O46FSrIpNTyM-23" parent="1" style="image;aspect=fixed;perimeter=ellipsePerimeter;html=1;align=center;shadow=0;dashed=0;spacingTop=3;image=img/lib/active_directory/users.svg;" value="" vertex="1">
          <mxGeometry height="50" width="33" x="511" y="2310" as="geometry" />
        </mxCell>
        <mxCell id="MNFPe3E4O46FSrIpNTyM-24" edge="1" parent="1" source="MNFPe3E4O46FSrIpNTyM-23" style="edgeStyle=orthogonalEdgeStyle;rounded=0;orthogonalLoop=1;jettySize=auto;html=1;entryX=-0.064;entryY=0.753;entryDx=0;entryDy=0;entryPerimeter=0;" target="MNFPe3E4O46FSrIpNTyM-35">
          <mxGeometry relative="1" as="geometry" />
        </mxCell>
        <mxCell id="MNFPe3E4O46FSrIpNTyM-25" parent="1" style="image;aspect=fixed;perimeter=ellipsePerimeter;html=1;align=center;shadow=0;dashed=0;spacingTop=3;image=img/lib/active_directory/users.svg;" value="" vertex="1">
          <mxGeometry height="50" width="33" x="467.5" y="2294.93" as="geometry" />
        </mxCell>
        <mxCell id="MNFPe3E4O46FSrIpNTyM-26" edge="1" parent="1" source="MNFPe3E4O46FSrIpNTyM-25" style="edgeStyle=orthogonalEdgeStyle;rounded=0;orthogonalLoop=1;jettySize=auto;html=1;">
          <mxGeometry relative="1" as="geometry">
            <mxPoint x="670" y="2321" as="targetPoint" />
          </mxGeometry>
        </mxCell>
        <mxCell id="MNFPe3E4O46FSrIpNTyM-27" parent="1" style="points=[];aspect=fixed;html=1;align=center;shadow=0;dashed=0;fillColor=#FF6A00;strokeColor=none;shape=mxgraph.alibaba_cloud.amscloudapp;" value="" vertex="1">
          <mxGeometry height="24" width="34.36" x="570" y="2380" as="geometry" />
        </mxCell>
        <mxCell id="MNFPe3E4O46FSrIpNTyM-29" parent="1" style="verticalLabelPosition=bottom;html=1;verticalAlign=top;align=center;strokeColor=none;fillColor=#00BEF2;shape=mxgraph.azure.computer;pointerEvents=1;" value="" vertex="1">
          <mxGeometry height="100" width="92.5" x="645.75" y="2371" as="geometry" />
        </mxCell>
        <mxCell id="MNFPe3E4O46FSrIpNTyM-30" parent="1" style="text;html=1;whiteSpace=wrap;strokeColor=none;fillColor=none;align=center;verticalAlign=middle;rounded=0;" value="16 GB RAM&amp;nbsp;&lt;div&gt;20 core CPU&lt;/div&gt;" vertex="1">
          <mxGeometry height="30" width="76" x="654" y="2408" as="geometry" />
        </mxCell>
        <mxCell id="MNFPe3E4O46FSrIpNTyM-31" parent="1" style="points=[];aspect=fixed;html=1;align=center;shadow=0;dashed=0;fillColor=#FF6A00;strokeColor=none;shape=mxgraph.alibaba_cloud.amscloudapp;" value="" vertex="1">
          <mxGeometry height="24" width="34.36" x="700" y="2390" as="geometry" />
        </mxCell>
        <mxCell id="MNFPe3E4O46FSrIpNTyM-32" parent="1" style="verticalLabelPosition=bottom;html=1;verticalAlign=top;align=center;strokeColor=none;fillColor=#00BEF2;shape=mxgraph.azure.computer;pointerEvents=1;" value="" vertex="1">
          <mxGeometry height="100" width="92.5" x="747.5" y="2371" as="geometry" />
        </mxCell>
        <mxCell id="MNFPe3E4O46FSrIpNTyM-33" parent="1" style="text;html=1;whiteSpace=wrap;strokeColor=none;fillColor=none;align=center;verticalAlign=middle;rounded=0;" value="16 GB RAM&amp;nbsp;&lt;div&gt;20 core CPU&lt;/div&gt;" vertex="1">
          <mxGeometry height="30" width="76" x="752" y="2406" as="geometry" />
        </mxCell>
        <mxCell id="MNFPe3E4O46FSrIpNTyM-34" parent="1" style="points=[];aspect=fixed;html=1;align=center;shadow=0;dashed=0;fillColor=#FF6A00;strokeColor=none;shape=mxgraph.alibaba_cloud.amscloudapp;" value="" vertex="1">
          <mxGeometry height="28" width="40.09" x="770" y="2380" as="geometry" />
        </mxCell>
        <mxCell id="MNFPe3E4O46FSrIpNTyM-39" edge="1" parent="1" source="MNFPe3E4O46FSrIpNTyM-35" style="edgeStyle=orthogonalEdgeStyle;rounded=0;orthogonalLoop=1;jettySize=auto;html=1;">
          <mxGeometry relative="1" as="geometry">
            <mxPoint x="686.5" y="2370" as="targetPoint" />
          </mxGeometry>
        </mxCell>
        <mxCell id="MNFPe3E4O46FSrIpNTyM-35" parent="1" style="points=[];aspect=fixed;html=1;align=center;shadow=0;dashed=0;fillColor=#FF6A00;strokeColor=none;shape=mxgraph.alibaba_cloud.clb_classic_load_balancer_01;" value="" vertex="1">
          <mxGeometry height="39.86" width="47" x="663" y="2300" as="geometry" />
        </mxCell>
        <mxCell id="MNFPe3E4O46FSrIpNTyM-36" parent="1" style="text;html=1;whiteSpace=wrap;strokeColor=none;fillColor=none;align=center;verticalAlign=middle;rounded=0;" value="load balancer" vertex="1">
          <mxGeometry height="30" width="82.5" x="700" y="2290" as="geometry" />
        </mxCell>
        <mxCell id="MNFPe3E4O46FSrIpNTyM-37" edge="1" parent="1" source="MNFPe3E4O46FSrIpNTyM-35" style="edgeStyle=orthogonalEdgeStyle;rounded=0;orthogonalLoop=1;jettySize=auto;html=1;entryX=0.246;entryY=0.008;entryDx=0;entryDy=0;entryPerimeter=0;" target="MNFPe3E4O46FSrIpNTyM-32">
          <mxGeometry relative="1" as="geometry" />
        </mxCell>
        <mxCell id="MNFPe3E4O46FSrIpNTyM-40" parent="1" style="rounded=1;whiteSpace=wrap;html=1;fillColor=#60a917;fontColor=#ffffff;strokeColor=#2D7600;" value="Reliability&amp;nbsp;" vertex="1">
          <mxGeometry height="40" width="170" x="460" y="1900" as="geometry" />
        </mxCell>
        <mxCell id="MNFPe3E4O46FSrIpNTyM-41" parent="1" style="ellipse;whiteSpace=wrap;html=1;aspect=fixed;" value="" vertex="1">
          <mxGeometry height="150" width="150" x="454.36" y="1950" as="geometry" />
        </mxCell>
        <mxCell id="MNFPe3E4O46FSrIpNTyM-45" edge="1" parent="1" source="MNFPe3E4O46FSrIpNTyM-42" style="edgeStyle=orthogonalEdgeStyle;rounded=0;orthogonalLoop=1;jettySize=auto;html=1;" target="MNFPe3E4O46FSrIpNTyM-43">
          <mxGeometry relative="1" as="geometry" />
        </mxCell>
        <mxCell id="MNFPe3E4O46FSrIpNTyM-42" parent="1" style="ellipse;whiteSpace=wrap;html=1;aspect=fixed;fillColor=#e51400;strokeColor=#B20000;fontColor=#ffffff;" value="R1" vertex="1">
          <mxGeometry height="30" width="30" x="477.5" y="1990" as="geometry" />
        </mxCell>
        <mxCell id="MNFPe3E4O46FSrIpNTyM-43" parent="1" style="ellipse;whiteSpace=wrap;html=1;aspect=fixed;fillColor=#d5e8d4;strokeColor=#82b366;" value="R2" vertex="1">
          <mxGeometry height="30" width="30" x="557.5" y="2000" as="geometry" />
        </mxCell>
        <mxCell id="MNFPe3E4O46FSrIpNTyM-44" parent="1" style="ellipse;whiteSpace=wrap;html=1;aspect=fixed;fillColor=#dae8fc;strokeColor=#6c8ebf;" value="R3" vertex="1">
          <mxGeometry height="30" width="30" x="507.5" y="2055" as="geometry" />
        </mxCell>
        <mxCell id="MNFPe3E4O46FSrIpNTyM-46" parent="1" style="rounded=1;whiteSpace=wrap;html=1;fillColor=#60a917;fontColor=#ffffff;strokeColor=#2D7600;" value="Predecitibility" vertex="1">
          <mxGeometry height="40" width="170" x="720" y="1900" as="geometry" />
        </mxCell>
        <mxCell id="MNFPe3E4O46FSrIpNTyM-48" parent="1" style="rounded=1;whiteSpace=wrap;html=1;fillColor=#e1d5e7;strokeColor=#9673a6;" value="Realtime tracking, data analysis, Pricing Calculator- cost, resources" vertex="1">
          <mxGeometry height="60" width="150" x="730" y="1960" as="geometry" />
        </mxCell>
        <mxCell id="MNFPe3E4O46FSrIpNTyM-49" parent="1" style="rounded=1;whiteSpace=wrap;html=1;fillColor=#e3c800;fontColor=#000000;strokeColor=#B09500;" value="Azure Portal = microsoft ki cloud shop = azure.portal.com" vertex="1">
          <mxGeometry height="60" width="250" x="420" y="2520" as="geometry" />
        </mxCell>
        <mxCell id="MNFPe3E4O46FSrIpNTyM-50" parent="1" style="rounded=1;whiteSpace=wrap;html=1;fillColor=#d5e8d4;strokeColor=#82b366;" value="ID and password (adhaar card)" vertex="1">
          <mxGeometry height="30" width="195" x="440" y="2600" as="geometry" />
        </mxCell>
        <mxCell id="MNFPe3E4O46FSrIpNTyM-51" parent="1" style="rounded=1;whiteSpace=wrap;html=1;" value="" vertex="1">
          <mxGeometry height="260" width="390" x="230" y="2660" as="geometry" />
        </mxCell>
        <mxCell id="MNFPe3E4O46FSrIpNTyM-52" parent="1" style="verticalLabelPosition=bottom;shadow=0;dashed=0;align=center;html=1;verticalAlign=top;shape=mxgraph.electrical.logic_gates.logic_gate;operation=and;fillColor=#e1d5e7;strokeColor=#9673a6;" value="" vertex="1">
          <mxGeometry height="60" width="100" x="515.28" y="2890" as="geometry" />
        </mxCell>
        <mxCell id="MNFPe3E4O46FSrIpNTyM-53" parent="1" style="text;html=1;whiteSpace=wrap;strokeColor=none;fillColor=none;align=center;verticalAlign=middle;rounded=0;" value="Gate" vertex="1">
          <mxGeometry height="30" width="60" x="530" y="2905" as="geometry" />
        </mxCell>
        <mxCell id="MNFPe3E4O46FSrIpNTyM-59" edge="1" parent="1" source="MNFPe3E4O46FSrIpNTyM-54" style="edgeStyle=orthogonalEdgeStyle;rounded=0;orthogonalLoop=1;jettySize=auto;html=1;" target="MNFPe3E4O46FSrIpNTyM-55">
          <mxGeometry relative="1" as="geometry" />
        </mxCell>
        <mxCell id="MNFPe3E4O46FSrIpNTyM-54" parent="1" style="image;aspect=fixed;perimeter=ellipsePerimeter;html=1;align=center;shadow=0;dashed=0;spacingTop=3;image=img/lib/active_directory/user.svg;" value="" vertex="1">
          <mxGeometry height="50" width="18.5" x="507.5" y="2895" as="geometry" />
        </mxCell>
        <mxCell id="MNFPe3E4O46FSrIpNTyM-55" parent="1" style="image;aspect=fixed;perimeter=ellipsePerimeter;html=1;align=center;shadow=0;dashed=0;spacingTop=3;image=img/lib/active_directory/users.svg;" value="" vertex="1">
          <mxGeometry height="50" width="33" x="617" y="2895" as="geometry" />
        </mxCell>
        <mxCell id="MNFPe3E4O46FSrIpNTyM-56" parent="1" style="rounded=1;whiteSpace=wrap;html=1;fillColor=#d5e8d4;strokeColor=#82b366;" value="id check (login credentials" vertex="1">
          <mxGeometry height="50" width="90" x="605" y="2945" as="geometry" />
        </mxCell>
        <mxCell id="MNFPe3E4O46FSrIpNTyM-57" parent="1" style="rounded=1;whiteSpace=wrap;html=1;fillColor=#d5e8d4;strokeColor=#82b366;" value="Security Guard ( Entra ID/ Azure AD)" vertex="1">
          <mxGeometry height="60" width="100.5" x="400" y="2895" as="geometry" />
        </mxCell>
        <mxCell id="MNFPe3E4O46FSrIpNTyM-60" parent="1" style="rounded=1;whiteSpace=wrap;html=1;" value="JWT Token = 800" vertex="1">
          <mxGeometry height="30" width="66" x="654" y="2905" as="geometry" />
        </mxCell>
        <mxCell id="MNFPe3E4O46FSrIpNTyM-61" parent="1" style="rounded=1;whiteSpace=wrap;html=1;" value="Slide 1 (Resource 1 = VM)" vertex="1">
          <mxGeometry height="180" width="66.5" x="253.5" y="2670" as="geometry" />
        </mxCell>
        <mxCell id="MNFPe3E4O46FSrIpNTyM-62" parent="1" style="rounded=1;whiteSpace=wrap;html=1;fillColor=#fff2cc;strokeColor=#d6b656;" value="Slide 2 (Resource 2 = Storage Account)" vertex="1">
          <mxGeometry height="180" width="66.5" x="333.5" y="2670" as="geometry" />
        </mxCell>
        <mxCell id="MNFPe3E4O46FSrIpNTyM-63" parent="1" style="ellipse;whiteSpace=wrap;html=1;" value="Cafeteria = networking" vertex="1">
          <mxGeometry height="80" width="120" x="424" y="2670" as="geometry" />
        </mxCell>
        <mxCell id="MNFPe3E4O46FSrIpNTyM-64" parent="1" style="rounded=1;whiteSpace=wrap;html=1;" value="200" vertex="1">
          <mxGeometry height="25" width="77" x="328.25" y="2860" as="geometry" />
        </mxCell>
        <mxCell id="MNFPe3E4O46FSrIpNTyM-66" parent="1" style="rounded=1;whiteSpace=wrap;html=1;fillColor=#d5e8d4;strokeColor=#82b366;" value="Pass = RBAC role = Owner, Contributor, Admin" vertex="1">
          <mxGeometry height="30" width="190" x="650" y="2865" as="geometry" />
        </mxCell>
        <mxCell id="MNFPe3E4O46FSrIpNTyM-68" edge="1" parent="1" source="MNFPe3E4O46FSrIpNTyM-67" style="edgeStyle=orthogonalEdgeStyle;rounded=0;orthogonalLoop=1;jettySize=auto;html=1;">
          <mxGeometry relative="1" as="geometry">
            <mxPoint x="700" y="2640" as="targetPoint" />
          </mxGeometry>
        </mxCell>
        <mxCell id="MNFPe3E4O46FSrIpNTyM-70" edge="1" parent="1" source="MNFPe3E4O46FSrIpNTyM-67" style="edgeStyle=orthogonalEdgeStyle;rounded=0;orthogonalLoop=1;jettySize=auto;html=1;">
          <mxGeometry relative="1" as="geometry">
            <mxPoint x="880" y="2640" as="targetPoint" />
          </mxGeometry>
        </mxCell>
        <mxCell id="MNFPe3E4O46FSrIpNTyM-67" parent="1" style="rounded=1;whiteSpace=wrap;html=1;fillColor=#dae8fc;strokeColor=#6c8ebf;" value="Authentication and Authorization" vertex="1">
          <mxGeometry height="60" width="120" x="685" y="2520" as="geometry" />
        </mxCell>
        <mxCell id="MNFPe3E4O46FSrIpNTyM-69" parent="1" style="rounded=1;whiteSpace=wrap;html=1;fillColor=#dae8fc;strokeColor=#6c8ebf;" value="Entra ID - Idendtiy and Authentication management system" vertex="1">
          <mxGeometry height="60" width="120" x="646" y="2640" as="geometry" />
        </mxCell>
        <mxCell id="MNFPe3E4O46FSrIpNTyM-71" parent="1" style="rounded=1;whiteSpace=wrap;html=1;fillColor=#dae8fc;strokeColor=#6c8ebf;" value="RBAC - Role Based Access Control&amp;nbsp; - authorization&amp;nbsp;" vertex="1">
          <mxGeometry height="60" width="120" x="810.09" y="2640" as="geometry" />
        </mxCell>
        <mxCell id="MNFPe3E4O46FSrIpNTyM-72" parent="1" style="rounded=1;whiteSpace=wrap;html=1;fillColor=#dae8fc;strokeColor=#6c8ebf;" value="MFA (multifactor Authentication) - extra security&amp;nbsp;" vertex="1">
          <mxGeometry height="50" width="114" x="650" y="2720" as="geometry" />
        </mxCell>
        <mxCell id="MNFPe3E4O46FSrIpNTyM-75" edge="1" parent="1" source="MNFPe3E4O46FSrIpNTyM-73" style="edgeStyle=orthogonalEdgeStyle;rounded=0;orthogonalLoop=1;jettySize=auto;html=1;" target="MNFPe3E4O46FSrIpNTyM-74" value="">
          <mxGeometry relative="1" as="geometry" />
        </mxCell>
        <mxCell id="MNFPe3E4O46FSrIpNTyM-73" parent="1" style="image;aspect=fixed;perimeter=ellipsePerimeter;html=1;align=center;shadow=0;dashed=0;spacingTop=3;image=img/lib/active_directory/user.svg;" value="" vertex="1">
          <mxGeometry height="50" width="18.5" x="477.5" y="2815" as="geometry" />
        </mxCell>
        <mxCell id="MNFPe3E4O46FSrIpNTyM-74" parent="1" style="whiteSpace=wrap;html=1;verticalAlign=top;labelBackgroundColor=default;shadow=0;dashed=0;spacingTop=3;" value="ticket checking , ID and member pass" vertex="1">
          <mxGeometry height="50" width="139" x="511" y="2815" as="geometry" />
        </mxCell>
        <mxCell id="MNFPe3E4O46FSrIpNTyM-76" parent="1" style="rounded=1;whiteSpace=wrap;html=1;fillColor=#dae8fc;strokeColor=#6c8ebf;" value="Conditional Access&amp;nbsp; - Limited Device, Limited time, Limited place" vertex="1">
          <mxGeometry height="50" width="135" x="685" y="2780" as="geometry" />
        </mxCell>
        <mxCell id="MNFPe3E4O46FSrIpNTyM-77" parent="1" style="rounded=1;whiteSpace=wrap;html=1;" value="" vertex="1">
          <mxGeometry height="280" width="510" x="300" y="3010" as="geometry" />
        </mxCell>
        <mxCell id="MNFPe3E4O46FSrIpNTyM-78" parent="1" style="rounded=1;whiteSpace=wrap;html=1;fillColor=#fff2cc;strokeColor=#d6b656;" value="" vertex="1">
          <mxGeometry height="220" width="462.5" x="327.5" y="3040" as="geometry" />
        </mxCell>
        <mxCell id="MNFPe3E4O46FSrIpNTyM-79" parent="1" style="text;html=1;whiteSpace=wrap;strokeColor=none;fillColor=none;align=center;verticalAlign=middle;rounded=0;" value="Management Group = Godrej Finance/ Godrej Properties" vertex="1">
          <mxGeometry height="30" width="164.72" x="370" y="3040" as="geometry" />
        </mxCell>
        <mxCell id="MNFPe3E4O46FSrIpNTyM-80" parent="1" style="rounded=1;whiteSpace=wrap;html=1;fillColor=#d5e8d4;strokeColor=#82b366;" value="" vertex="1">
          <mxGeometry height="160" width="195.25" x="344.75" y="3080" as="geometry" />
        </mxCell>
        <mxCell id="MNFPe3E4O46FSrIpNTyM-81" parent="1" style="text;html=1;whiteSpace=wrap;strokeColor=none;fillColor=none;align=center;verticalAlign=middle;rounded=0;" value="Subscription = HR&amp;nbsp;" vertex="1">
          <mxGeometry height="30" width="105" x="372.5" y="3075" as="geometry" />
        </mxCell>
        <mxCell id="MNFPe3E4O46FSrIpNTyM-82" parent="1" style="rounded=1;whiteSpace=wrap;html=1;fillColor=#d5e8d4;strokeColor=#82b366;" value="" vertex="1">
          <mxGeometry height="160" width="208.25" x="570" y="3080" as="geometry" />
        </mxCell>
        <mxCell id="MNFPe3E4O46FSrIpNTyM-83" parent="1" style="text;html=1;whiteSpace=wrap;strokeColor=none;fillColor=none;align=center;verticalAlign=middle;rounded=0;" value="Subscription = Finance" vertex="1">
          <mxGeometry height="30" width="132" x="608.13" y="3080" as="geometry" />
        </mxCell>
        <mxCell id="MNFPe3E4O46FSrIpNTyM-84" parent="1" style="text;html=1;whiteSpace=wrap;strokeColor=none;fillColor=none;align=center;verticalAlign=middle;rounded=0;" value="Attendance&lt;div&gt;Login/ logout time&lt;/div&gt;" vertex="1">
          <mxGeometry height="50" width="100" x="354.36" y="3100" as="geometry" />
        </mxCell>
        <mxCell id="MNFPe3E4O46FSrIpNTyM-86" parent="1" style="text;html=1;whiteSpace=wrap;strokeColor=none;fillColor=none;align=center;verticalAlign=middle;rounded=0;" value="Bank Accounts&amp;nbsp;&lt;div&gt;Payroll&lt;/div&gt;" vertex="1">
          <mxGeometry height="40" width="125" x="738.25" y="3075" as="geometry" />
        </mxCell>
        <mxCell id="MNFPe3E4O46FSrIpNTyM-87" parent="1" style="text;html=1;whiteSpace=wrap;strokeColor=none;fillColor=none;align=center;verticalAlign=middle;rounded=0;" value="Billing is done at subscription level" vertex="1">
          <mxGeometry height="30" width="156" x="364" y="3150" as="geometry" />
        </mxCell>
        <mxCell id="MNFPe3E4O46FSrIpNTyM-88" parent="1" style="text;html=1;whiteSpace=wrap;strokeColor=none;fillColor=none;align=center;verticalAlign=middle;rounded=0;" value="Tenant ID = Godrej" vertex="1">
          <mxGeometry height="30" width="60" x="345" y="3010" as="geometry" />
        </mxCell>
        <mxCell id="MNFPe3E4O46FSrIpNTyM-90" parent="1" style="rounded=1;whiteSpace=wrap;html=1;" value="user , owner&amp;nbsp;" vertex="1">
          <mxGeometry height="60" width="120" x="445" y="2970" as="geometry" />
        </mxCell>
        <mxCell id="MNFPe3E4O46FSrIpNTyM-91" parent="1" style="rounded=1;whiteSpace=wrap;html=1;fillColor=#e1d5e7;strokeColor=#9673a6;" value="Resource Group&amp;nbsp;" vertex="1">
          <mxGeometry height="60" width="120" x="587.5" y="3120" as="geometry" />
        </mxCell>
        <mxCell id="m2yAFZURwQzL_4JhR4vO-1" parent="1" style="rounded=1;whiteSpace=wrap;html=1;fillColor=#1ba1e2;strokeColor=#006EAF;fontColor=#ffffff;" value="only plot&amp;nbsp;&amp;nbsp;" vertex="1">
          <mxGeometry height="40" width="120" x="207.5" y="1310" as="geometry" />
        </mxCell>
        <mxCell id="m2yAFZURwQzL_4JhR4vO-2" parent="1" style="rounded=1;whiteSpace=wrap;html=1;fillColor=#1ba1e2;strokeColor=#006EAF;fontColor=#ffffff;" value="ready made kitchen = raw ingredients&amp;nbsp;" vertex="1">
          <mxGeometry height="40" width="120" x="455" y="1300" as="geometry" />
        </mxCell>
        <mxCell id="m2yAFZURwQzL_4JhR4vO-3" parent="1" style="rounded=1;whiteSpace=wrap;html=1;fillColor=#1ba1e2;strokeColor=#006EAF;fontColor=#ffffff;" value="hotel room and we just call and order the food&amp;nbsp;" vertex="1">
          <mxGeometry height="40" width="120" x="725" y="1310" as="geometry" />
        </mxCell>
        <mxCell id="m2yAFZURwQzL_4JhR4vO-7" edge="1" parent="1" source="MNFPe3E4O46FSrIpNTyM-14" style="edgeStyle=orthogonalEdgeStyle;rounded=0;orthogonalLoop=1;jettySize=auto;html=1;entryX=0.087;entryY=0.476;entryDx=0;entryDy=0;entryPerimeter=0;" target="MNFPe3E4O46FSrIpNTyM-11">
          <mxGeometry relative="1" as="geometry" />
        </mxCell>
        <mxCell id="m2yAFZURwQzL_4JhR4vO-12" edge="1" parent="1" source="m2yAFZURwQzL_4JhR4vO-8" style="edgeStyle=orthogonalEdgeStyle;rounded=0;orthogonalLoop=1;jettySize=auto;html=1;" target="m2yAFZURwQzL_4JhR4vO-11" value="">
          <mxGeometry relative="1" as="geometry" />
        </mxCell>
        <mxCell id="m2yAFZURwQzL_4JhR4vO-14" edge="1" parent="1" source="m2yAFZURwQzL_4JhR4vO-8" style="edgeStyle=orthogonalEdgeStyle;rounded=0;orthogonalLoop=1;jettySize=auto;html=1;" target="m2yAFZURwQzL_4JhR4vO-13" value="">
          <mxGeometry relative="1" as="geometry" />
        </mxCell>
        <mxCell id="m2yAFZURwQzL_4JhR4vO-8" parent="1" style="rounded=1;whiteSpace=wrap;html=1;fillColor=#60a917;fontColor=#ffffff;strokeColor=#2D7600;" value="Azure Resource Manager (ARM) - deployment and management service of azure&amp;nbsp;" vertex="1">
          <mxGeometry height="60" width="290" x="410" y="3320" as="geometry" />
        </mxCell>
        <mxCell id="m2yAFZURwQzL_4JhR4vO-10" edge="1" parent="1" source="m2yAFZURwQzL_4JhR4vO-9" style="edgeStyle=orthogonalEdgeStyle;rounded=0;orthogonalLoop=1;jettySize=auto;html=1;">
          <mxGeometry relative="1" as="geometry">
            <mxPoint x="400" y="3350" as="targetPoint" />
          </mxGeometry>
        </mxCell>
        <mxCell id="m2yAFZURwQzL_4JhR4vO-9" parent="1" style="rounded=1;whiteSpace=wrap;html=1;fillColor=#60a917;fontColor=#ffffff;strokeColor=#2D7600;" value="request for a resource&amp;nbsp;" vertex="1">
          <mxGeometry height="60" width="120" x="170" y="3320" as="geometry" />
        </mxCell>
        <mxCell id="m2yAFZURwQzL_4JhR4vO-16" edge="1" parent="1" source="m2yAFZURwQzL_4JhR4vO-11" style="edgeStyle=orthogonalEdgeStyle;rounded=0;orthogonalLoop=1;jettySize=auto;html=1;" target="m2yAFZURwQzL_4JhR4vO-15" value="">
          <mxGeometry relative="1" as="geometry" />
        </mxCell>
        <mxCell id="m2yAFZURwQzL_4JhR4vO-11" parent="1" style="whiteSpace=wrap;html=1;fillColor=#60a917;strokeColor=#2D7600;fontColor=#ffffff;rounded=1;" value="checks if the request is authentic and authorized" vertex="1">
          <mxGeometry height="60" width="200" x="455" y="3410" as="geometry" />
        </mxCell>
        <mxCell id="m2yAFZURwQzL_4JhR4vO-13" parent="1" style="whiteSpace=wrap;html=1;fillColor=#60a917;strokeColor=#2D7600;fontColor=#ffffff;rounded=1;" value="creates/ delete / manage the resource" vertex="1">
          <mxGeometry height="60" width="120" x="790" y="3320" as="geometry" />
        </mxCell>
        <mxCell id="m2yAFZURwQzL_4JhR4vO-15" parent="1" style="whiteSpace=wrap;html=1;fillColor=#60a917;strokeColor=#2D7600;fontColor=#ffffff;rounded=1;" value="Folder /&amp;nbsp; file&amp;nbsp; (Resource Group)&amp;nbsp;&amp;nbsp;&lt;div&gt;VM&amp;nbsp;&lt;/div&gt;&lt;div&gt;Storage Group&amp;nbsp;&lt;/div&gt;&lt;div&gt;Database&lt;/div&gt;" vertex="1">
          <mxGeometry height="100" width="120" x="496" y="3520" as="geometry" />
        </mxCell>
        <mxCell id="m2yAFZURwQzL_4JhR4vO-17" parent="1" style="rounded=1;whiteSpace=wrap;html=1;fillColor=#f8cecc;strokeColor=#b85450;" value="Resource group - logical container that hold multiple resources&amp;nbsp;&lt;div&gt;shop pr saman lena --- &amp;gt; resources (saman) ----&amp;gt; Bag (resource Group)&amp;nbsp;&lt;/div&gt;&lt;div&gt;any resource can only be created inside a resource group&amp;nbsp;&lt;/div&gt;&lt;div&gt;one resource can only belong to one resource group&amp;nbsp;&lt;/div&gt;" vertex="1">
          <mxGeometry height="130" width="790" x="190" y="3650" as="geometry" />
        </mxCell>
        <mxCell id="m2yAFZURwQzL_4JhR4vO-20" edge="1" parent="1" source="m2yAFZURwQzL_4JhR4vO-18" style="edgeStyle=orthogonalEdgeStyle;rounded=0;orthogonalLoop=1;jettySize=auto;html=1;" target="m2yAFZURwQzL_4JhR4vO-19" value="">
          <mxGeometry relative="1" as="geometry" />
        </mxCell>
        <mxCell id="m2yAFZURwQzL_4JhR4vO-22" edge="1" parent="1" source="m2yAFZURwQzL_4JhR4vO-18" style="edgeStyle=orthogonalEdgeStyle;rounded=0;orthogonalLoop=1;jettySize=auto;html=1;" target="m2yAFZURwQzL_4JhR4vO-21" value="">
          <mxGeometry relative="1" as="geometry" />
        </mxCell>
        <mxCell id="m2yAFZURwQzL_4JhR4vO-18" parent="1" style="rounded=1;whiteSpace=wrap;html=1;fillColor=#e3c800;fontColor=#000000;strokeColor=#B09500;" value="How to create different resources on azure portal ??" vertex="1">
          <mxGeometry height="60" width="425" x="335" y="3800" as="geometry" />
        </mxCell>
        <mxCell id="m2yAFZURwQzL_4JhR4vO-19" parent="1" style="whiteSpace=wrap;html=1;fillColor=#e3c800;strokeColor=#B09500;fontColor=#000000;rounded=1;" value="API ( application interface )&amp;nbsp;&lt;div&gt;By click / manual&amp;nbsp;&lt;/div&gt;" vertex="1">
          <mxGeometry height="60" width="175" x="270" y="3900" as="geometry" />
        </mxCell>
        <mxCell id="m2yAFZURwQzL_4JhR4vO-24" edge="1" parent="1" source="m2yAFZURwQzL_4JhR4vO-21" style="edgeStyle=orthogonalEdgeStyle;rounded=0;orthogonalLoop=1;jettySize=auto;html=1;">
          <mxGeometry relative="1" as="geometry">
            <mxPoint x="600" y="4010" as="targetPoint" />
          </mxGeometry>
        </mxCell>
        <mxCell id="m2yAFZURwQzL_4JhR4vO-25" edge="1" parent="1" source="m2yAFZURwQzL_4JhR4vO-21" style="edgeStyle=orthogonalEdgeStyle;rounded=0;orthogonalLoop=1;jettySize=auto;html=1;entryX=0.5;entryY=0;entryDx=0;entryDy=0;" target="m2yAFZURwQzL_4JhR4vO-27">
          <mxGeometry relative="1" as="geometry">
            <mxPoint x="870" y="4000" as="targetPoint" />
          </mxGeometry>
        </mxCell>
        <mxCell id="m2yAFZURwQzL_4JhR4vO-21" parent="1" style="whiteSpace=wrap;html=1;fillColor=#e3c800;strokeColor=#B09500;fontColor=#000000;rounded=1;" value="Automation&amp;nbsp; (high package)" vertex="1">
          <mxGeometry height="60" width="120" x="681.25" y="3900" as="geometry" />
        </mxCell>
        <mxCell id="m2yAFZURwQzL_4JhR4vO-23" parent="1" style="rounded=1;whiteSpace=wrap;html=1;fillColor=#dae8fc;gradientColor=#7ea6e0;strokeColor=#6c8ebf;" value="time taking&amp;nbsp;&lt;div&gt;not consistent&lt;/div&gt;&lt;div&gt;mistakes are possible&amp;nbsp;&lt;/div&gt;" vertex="1">
          <mxGeometry height="60" width="164.72" x="275.28" y="3960" as="geometry" />
        </mxCell>
        <mxCell id="m2yAFZURwQzL_4JhR4vO-33" edge="1" parent="1" source="m2yAFZURwQzL_4JhR4vO-26" style="edgeStyle=orthogonalEdgeStyle;rounded=0;orthogonalLoop=1;jettySize=auto;html=1;">
          <mxGeometry relative="1" as="geometry">
            <mxPoint x="360" y="4100" as="targetPoint" />
          </mxGeometry>
        </mxCell>
        <mxCell id="m2yAFZURwQzL_4JhR4vO-26" parent="1" style="rounded=1;whiteSpace=wrap;html=1;fillColor=#e6d0de;gradientColor=#d5739d;strokeColor=#996185;" value="Imperative&amp;nbsp;" vertex="1">
          <mxGeometry height="40" width="120" x="543" y="4010" as="geometry" />
        </mxCell>
        <mxCell id="m2yAFZURwQzL_4JhR4vO-35" edge="1" parent="1" source="m2yAFZURwQzL_4JhR4vO-27" style="edgeStyle=orthogonalEdgeStyle;rounded=0;orthogonalLoop=1;jettySize=auto;html=1;">
          <mxGeometry relative="1" as="geometry">
            <mxPoint x="740" y="4330" as="targetPoint" />
          </mxGeometry>
        </mxCell>
        <mxCell id="m2yAFZURwQzL_4JhR4vO-27" parent="1" style="rounded=1;whiteSpace=wrap;html=1;fillColor=#e6d0de;gradientColor=#d5739d;strokeColor=#996185;" value="Declarative" vertex="1">
          <mxGeometry height="40" width="120" x="810" y="4010" as="geometry" />
        </mxCell>
        <mxCell id="m2yAFZURwQzL_4JhR4vO-28" parent="1" style="rounded=1;whiteSpace=wrap;html=1;fillColor=#d5e8d4;gradientColor=#97d077;strokeColor=#82b366;" value="Shahi Paneer&amp;nbsp;&lt;div&gt;paneer, cream, kaju ,pyaz , tamatar, spices , utensils&amp;nbsp;&lt;/div&gt;&lt;div&gt;&lt;br&gt;&lt;/div&gt;&lt;div&gt;step1&amp;nbsp; &amp;nbsp;&lt;/div&gt;&lt;div&gt;&lt;span style=&quot;background-color: transparent; color: light-dark(rgb(0, 0, 0), rgb(255, 255, 255));&quot;&gt;step2&amp;nbsp;&lt;/span&gt;&lt;/div&gt;&lt;div&gt;step 3&lt;/div&gt;&lt;div&gt;step 4&amp;nbsp;&lt;/div&gt;&lt;div&gt;&lt;br&gt;&lt;/div&gt;&lt;div&gt;final result - shahi paner&lt;/div&gt;" vertex="1">
          <mxGeometry height="160" width="190" x="510" y="4060" as="geometry" />
        </mxCell>
        <mxCell id="m2yAFZURwQzL_4JhR4vO-29" parent="1" style="rounded=1;whiteSpace=wrap;html=1;fillColor=#d5e8d4;gradientColor=#97d077;strokeColor=#82b366;" value="Husband - Shahi Paneer&amp;nbsp;" vertex="1">
          <mxGeometry height="160" width="190" x="778.25" y="4060" as="geometry" />
        </mxCell>
        <mxCell id="m2yAFZURwQzL_4JhR4vO-30" parent="1" style="rounded=1;whiteSpace=wrap;html=1;fillColor=#fff2cc;gradientColor=#ffd966;strokeColor=#d6b656;" value="define all the steps&amp;nbsp;" vertex="1">
          <mxGeometry height="60" width="170" x="520" y="4240" as="geometry" />
        </mxCell>
        <mxCell id="m2yAFZURwQzL_4JhR4vO-31" parent="1" style="rounded=1;whiteSpace=wrap;html=1;fillColor=#fff2cc;gradientColor=#ffd966;strokeColor=#d6b656;" value="end result declare&amp;nbsp;" vertex="1">
          <mxGeometry height="60" width="170" x="790" y="4240" as="geometry" />
        </mxCell>
        <mxCell id="m2yAFZURwQzL_4JhR4vO-34" parent="1" style="rounded=1;whiteSpace=wrap;html=1;fillColor=#f8cecc;gradientColor=#ea6b66;strokeColor=#b85450;" value="&lt;b&gt;Azure Cli (Az command) - windows/ linux/ mac&lt;/b&gt;&lt;div&gt;Azure Powershell (windows)&amp;nbsp;&lt;/div&gt;&lt;div&gt;Azure rest API&amp;nbsp;&lt;/div&gt;&lt;div&gt;Azure SDKs - using coding lang python, java etc.&amp;nbsp;&lt;/div&gt;" vertex="1">
          <mxGeometry height="180" width="170" x="260" y="4110" as="geometry" />
        </mxCell>
        <mxCell id="m2yAFZURwQzL_4JhR4vO-36" parent="1" style="rounded=1;whiteSpace=wrap;html=1;fillColor=#f8cecc;gradientColor=#ea6b66;strokeColor=#b85450;" value="&lt;b&gt;ARM&lt;/b&gt; Template (Json format)&amp;nbsp;&lt;div&gt;&lt;b&gt;Azure&lt;/b&gt; Biceps&lt;/div&gt;&lt;div&gt;&lt;b&gt;Azure&lt;/b&gt; Blue Prints&amp;nbsp;&lt;/div&gt;&lt;div&gt;&lt;br&gt;&lt;/div&gt;&lt;div&gt;&lt;b&gt;Terraform&amp;nbsp;&lt;/b&gt;&lt;/div&gt;" vertex="1">
          <mxGeometry height="100" width="170" x="650" y="4330" as="geometry" />
+         </mxCell>
+         <mxCell id="m2yAFZURwQzL_4JhR4vO-37" edge="1" parent="1" source="ik6IsKgd0wWjUEhBft66-15" style="edgeStyle=orthogonalEdgeStyle;rounded=0;orthogonalLoop=1;jettySize=auto;html=1;exitX=0.5;exitY=1;exitDx=0;exitDy=0;" target="ik6IsKgd0wWjUEhBft66-15">
+           <mxGeometry relative="1" as="geometry" />
        </mxCell>
      </root>
    </mxGraphModel>
  </diagram>
</mxfile>
